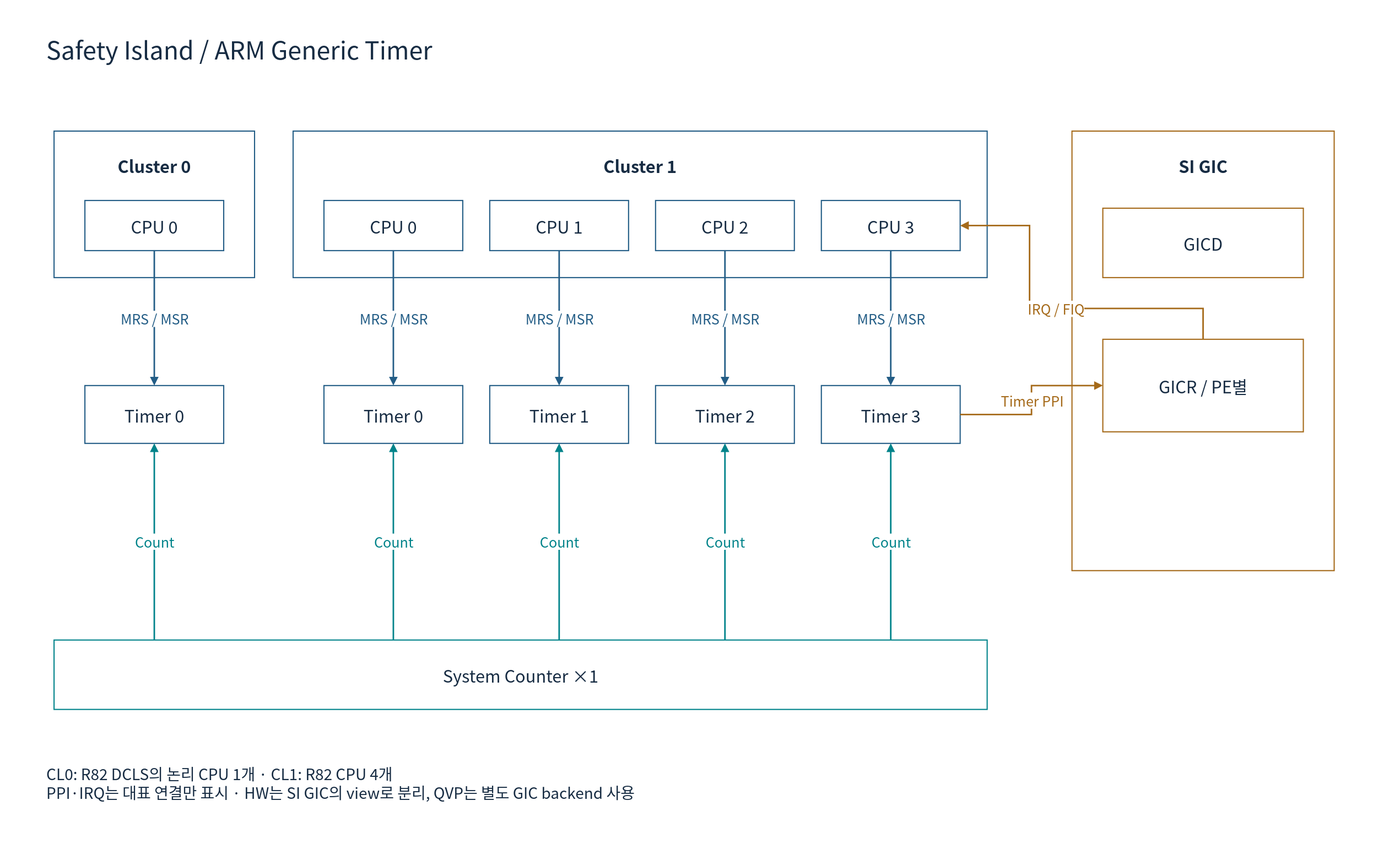
Above: doc/phase1/timer/diagrams/01si-a-hardware.drawio.svg in cometzero/project-apollo (draw.io), before the change. Source tidied: cells renumbered, new cells last; positions are measured from the earlier drawing's top-left corner, leaving out a move shared by most shapes.
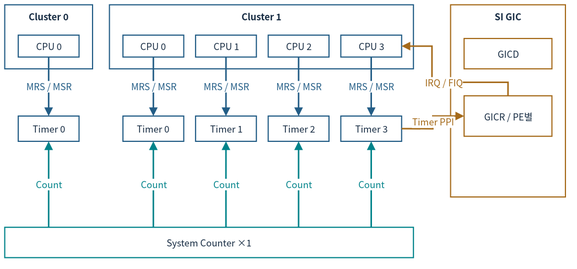
Above is the later version.

The edit, as a diff of the source:
```diff
@@ -2,104 +2,95 @@
   <root>
     <mxCell id="0" />
     <mxCell id="1" parent="0" />
-    <mxCell id="2" style="rounded=0;whiteSpace=wrap;html=1;fillColor=#FFFFFF;strokeColor=none;strokeWidth=1.5;fontColor=#172C43;fontFamily=Noto Sans CJK KR;fontSize=22;spacing=10;" parent="1" vertex="1">
-      <mxGeometry width="1800" height="1100" as="geometry" />
-    </mxCell>
-    <mxCell id="3" value="Safety Island / ARM Generic Timer" style="rounded=0;whiteSpace=wrap;html=1;fillColor=#FFFFFF;strokeColor=none;strokeWidth=1.5;fontColor=#172C43;fontFamily=Noto Sans CJK KR;fontSize=22;spacing=10;fontSize=32;align=left;" parent="1" vertex="1">
-      <mxGeometry x="50" y="30" width="1700" height="65" as="geometry" />
-    </mxCell>
-    <mxCell id="4" value="Cluster 0" style="rounded=0;whiteSpace=wrap;html=1;fillColor=#FFFFFF;strokeColor=#235D86;strokeWidth=1.5;fontColor=#172C43;fontFamily=Noto Sans CJK KR;fontSize=22;spacing=10;verticalAlign=top;fontStyle=1;spacingTop=16;" parent="1" vertex="1">
-      <mxGeometry x="70" y="170" width="260" height="190" as="geometry" />
+    <mxCell id="4" value="Cluster 0" style="rounded=0;whiteSpace=wrap;html=1;fillColor=#FFFFFF;strokeColor=#235D86;strokeWidth=1.5;fontColor=#172C43;fontFamily=Noto Sans CJK KR;verticalAlign=top;fontStyle=1;fontSize=12;spacing=3;whiteSpace=wrap;" parent="1" vertex="1">
+      <mxGeometry x="25.1" y="47" width="113.8" height="83.2" as="geometry" />
     </mxCell>
-    <mxCell id="5" value="CPU 0" style="rounded=0;whiteSpace=wrap;html=1;fillColor=#FFFFFF;strokeColor=#235D86;strokeWidth=1.5;fontColor=#172C43;fontFamily=Noto Sans CJK KR;fontSize=22;spacing=10;" parent="4" vertex="1">
-      <mxGeometry x="40" y="90" width="180" height="65" as="geometry" />
+    <mxCell id="5" value="CPU 0" style="rounded=0;whiteSpace=wrap;html=1;fillColor=#FFFFFF;strokeColor=#235D86;strokeWidth=1.5;fontColor=#172C43;fontFamily=Noto Sans CJK KR;fontSize=12;spacing=3;whiteSpace=wrap;" parent="4" vertex="1">
+      <mxGeometry x="17.5" y="39.4" width="78.8" height="28.5" as="geometry" />
     </mxCell>
-    <mxCell id="6" value="Cluster 1" style="rounded=0;whiteSpace=wrap;html=1;fillColor=#FFFFFF;strokeColor=#235D86;strokeWidth=1.5;fontColor=#172C43;fontFamily=Noto Sans CJK KR;fontSize=22;spacing=10;verticalAlign=top;fontStyle=1;spacingTop=16;" parent="1" vertex="1">
-      <mxGeometry x="380" y="170" width="900" height="190" as="geometry" />
+    <mxCell id="6" value="Cluster 1" style="rounded=0;whiteSpace=wrap;html=1;fillColor=#FFFFFF;strokeColor=#235D86;strokeWidth=1.5;fontColor=#172C43;fontFamily=Noto Sans CJK KR;verticalAlign=top;fontStyle=1;fontSize=12;spacing=3;whiteSpace=wrap;" parent="1" vertex="1">
+      <mxGeometry x="160.9" y="47" width="394.1" height="83.2" as="geometry" />
     </mxCell>
-    <mxCell id="7" value="CPU 0" style="rounded=0;whiteSpace=wrap;html=1;fillColor=#FFFFFF;strokeColor=#235D86;strokeWidth=1.5;fontColor=#172C43;fontFamily=Noto Sans CJK KR;fontSize=22;spacing=10;" parent="6" vertex="1">
-      <mxGeometry x="40" y="90" width="180" height="65" as="geometry" />
+    <mxCell id="7" value="CPU 0" style="rounded=0;whiteSpace=wrap;html=1;fillColor=#FFFFFF;strokeColor=#235D86;strokeWidth=1.5;fontColor=#172C43;fontFamily=Noto Sans CJK KR;fontSize=12;spacing=3;whiteSpace=wrap;" parent="6" vertex="1">
+      <mxGeometry x="17.5" y="39.4" width="78.8" height="28.5" as="geometry" />
     </mxCell>
-    <mxCell id="8" value="CPU 1" style="rounded=0;whiteSpace=wrap;html=1;fillColor=#FFFFFF;strokeColor=#235D86;strokeWidth=1.5;fontColor=#172C43;fontFamily=Noto Sans CJK KR;fontSize=22;spacing=10;" parent="6" vertex="1">
-      <mxGeometry x="255" y="90" width="180" height="65" as="geometry" />
+    <mxCell id="8" value="CPU 1" style="rounded=0;whiteSpace=wrap;html=1;fillColor=#FFFFFF;strokeColor=#235D86;strokeWidth=1.5;fontColor=#172C43;fontFamily=Noto Sans CJK KR;fontSize=12;spacing=3;whiteSpace=wrap;" parent="6" vertex="1">
+      <mxGeometry x="111.7" y="39.4" width="78.8" height="28.5" as="geometry" />
     </mxCell>
-    <mxCell id="9" value="CPU 2" style="rounded=0;whiteSpace=wrap;html=1;fillColor=#FFFFFF;strokeColor=#235D86;strokeWidth=1.5;fontColor=#172C43;fontFamily=Noto Sans CJK KR;fontSize=22;spacing=10;" parent="6" vertex="1">
-      <mxGeometry x="470" y="90" width="180" height="65" as="geometry" />
+    <mxCell id="9" value="CPU 2" style="rounded=0;whiteSpace=wrap;html=1;fillColor=#FFFFFF;strokeColor=#235D86;strokeWidth=1.5;fontColor=#172C43;fontFamily=Noto Sans CJK KR;fontSize=12;spacing=3;whiteSpace=wrap;" parent="6" vertex="1">
+      <mxGeometry x="205.8" y="39.4" width="78.8" height="28.5" as="geometry" />
     </mxCell>
-    <mxCell id="10" value="CPU 3" style="rounded=0;whiteSpace=wrap;html=1;fillColor=#FFFFFF;strokeColor=#235D86;strokeWidth=1.5;fontColor=#172C43;fontFamily=Noto Sans CJK KR;fontSize=22;spacing=10;" parent="6" vertex="1">
-      <mxGeometry x="685" y="90" width="180" height="65" as="geometry" />
+    <mxCell id="10" value="CPU 3" style="rounded=0;whiteSpace=wrap;html=1;fillColor=#FFFFFF;strokeColor=#235D86;strokeWidth=1.5;fontColor=#172C43;fontFamily=Noto Sans CJK KR;fontSize=12;spacing=3;whiteSpace=wrap;" parent="6" vertex="1">
+      <mxGeometry x="299.9" y="39.4" width="78.8" height="28.5" as="geometry" />
     </mxCell>
-    <mxCell id="11" value="Timer 0" style="rounded=0;whiteSpace=wrap;html=1;fillColor=#FFFFFF;strokeColor=#235D86;strokeWidth=1.5;fontColor=#172C43;fontFamily=Noto Sans CJK KR;fontSize=22;spacing=10;" parent="1" vertex="1">
-      <mxGeometry x="110" y="500" width="180" height="75" as="geometry" />
+    <mxCell id="11" value="Timer 0" style="rounded=0;whiteSpace=wrap;html=1;fillColor=#FFFFFF;strokeColor=#235D86;strokeWidth=1.5;fontColor=#172C43;fontFamily=Noto Sans CJK KR;fontSize=12;spacing=3;whiteSpace=wrap;" parent="1" vertex="1">
+      <mxGeometry x="42.6" y="191.5" width="78.8" height="32.8" as="geometry" />
     </mxCell>
-    <mxCell id="12" value="MRS / MSR" style="edgeStyle=orthogonalEdgeStyle;rounded=0;html=1;endArrow=block;endFill=1;strokeWidth=2;strokeColor=#235D86;fontColor=#235D86;fontFamily=Noto Sans CJK KR;fontSize=18;labelBackgroundColor=#FFFFFF;exitX=0.5;exitY=1;entryX=0.5;entryY=0;" parent="1" edge="1" source="5" target="11">
+    <mxCell id="12" value="MRS / MSR" style="edgeStyle=orthogonalEdgeStyle;rounded=0;html=1;endArrow=block;endFill=1;strokeWidth=2;strokeColor=#235D86;fontColor=#235D86;fontFamily=Noto Sans CJK KR;labelBackgroundColor=#FFFFFF;exitX=0.5;exitY=1;entryX=0.5;entryY=0;fontSize=12;spacing=3;whiteSpace=nowrap;" parent="1" edge="1" source="5" target="11">
       <mxGeometry relative="1" as="geometry" />
     </mxCell>
-    <mxCell id="13" value="Timer 0" style="rounded=0;whiteSpace=wrap;html=1;fillColor=#FFFFFF;strokeColor=#235D86;strokeWidth=1.5;fontColor=#172C43;fontFamily=Noto Sans CJK KR;fontSize=22;spacing=10;" parent="1" vertex="1">
-      <mxGeometry x="420" y="500" width="180" height="75" as="geometry" />
+    <mxCell id="13" value="Timer 0" style="rounded=0;whiteSpace=wrap;html=1;fillColor=#FFFFFF;strokeColor=#235D86;strokeWidth=1.5;fontColor=#172C43;fontFamily=Noto Sans CJK KR;fontSize=12;spacing=3;whiteSpace=wrap;" parent="1" vertex="1">
+      <mxGeometry x="178.4" y="191.5" width="78.8" height="32.8" as="geometry" />
     </mxCell>
-    <mxCell id="14" value="MRS / MSR" style="edgeStyle=orthogonalEdgeStyle;rounded=0;html=1;endArrow=block;endFill=1;strokeWidth=2;strokeColor=#235D86;fontColor=#235D86;fontFamily=Noto Sans CJK KR;fontSize=18;labelBackgroundColor=#FFFFFF;exitX=0.5;exitY=1;entryX=0.5;entryY=0;" parent="1" edge="1" source="7" target="13">
+    <mxCell id="14" value="MRS / MSR" style="edgeStyle=orthogonalEdgeStyle;rounded=0;html=1;endArrow=block;endFill=1;strokeWidth=2;strokeColor=#235D86;fontColor=#235D86;fontFamily=Noto Sans CJK KR;labelBackgroundColor=#FFFFFF;exitX=0.5;exitY=1;entryX=0.5;entryY=0;fontSize=12;spacing=3;whiteSpace=nowrap;" parent="1" edge="1" source="7" target="13">
       <mxGeometry relative="1" as="geometry" />
     </mxCell>
-    <mxCell id="15" value="Timer 1" style="rounded=0;whiteSpace=wrap;html=1;fillColor=#FFFFFF;strokeColor=#235D86;strokeWidth=1.5;fontColor=#172C43;fontFamily=Noto Sans CJK KR;fontSize=22;spacing=10;" parent="1" vertex="1">
-      <mxGeometry x="635" y="500" width="180" height="75" as="geometry" />
+    <mxCell id="15" value="Timer 1" style="rounded=0;whiteSpace=wrap;html=1;fillColor=#FFFFFF;strokeColor=#235D86;strokeWidth=1.5;fontColor=#172C43;fontFamily=Noto Sans CJK KR;fontSize=12;spacing=3;whiteSpace=wrap;" parent="1" vertex="1">
+      <mxGeometry x="272.5" y="191.5" width="78.8" height="32.8" as="geometry" />
     </mxCell>
-    <mxCell id="16" value="MRS / MSR" style="edgeStyle=orthogonalEdgeStyle;rounded=0;html=1;endArrow=block;endFill=1;strokeWidth=2;strokeColor=#235D86;fontColor=#235D86;fontFamily=Noto Sans CJK KR;fontSize=18;labelBackgroundColor=#FFFFFF;exitX=0.5;exitY=1;entryX=0.5;entryY=0;" parent="1" edge="1" source="8" target="15">
+    <mxCell id="16" value="MRS / MSR" style="edgeStyle=orthogonalEdgeStyle;rounded=0;html=1;endArrow=block;endFill=1;strokeWidth=2;strokeColor=#235D86;fontColor=#235D86;fontFamily=Noto Sans CJK KR;labelBackgroundColor=#FFFFFF;exitX=0.5;exitY=1;entryX=0.5;entryY=0;fontSize=12;spacing=3;whiteSpace=nowrap;" parent="1" edge="1" source="8" target="15">
       <mxGeometry relative="1" as="geometry" />
     </mxCell>
-    <mxCell id="17" value="Timer 2" style="rounded=0;whiteSpace=wrap;html=1;fillColor=#FFFFFF;strokeColor=#235D86;strokeWidth=1.5;fontColor=#172C43;fontFamily=Noto Sans CJK KR;fontSize=22;spacing=10;" parent="1" vertex="1">
-      <mxGeometry x="850" y="500" width="180" height="75" as="geometry" />
+    <mxCell id="17" value="Timer 2" style="rounded=0;whiteSpace=wrap;html=1;fillColor=#FFFFFF;strokeColor=#235D86;strokeWidth=1.5;fontColor=#172C43;fontFamily=Noto Sans CJK KR;fontSize=12;spacing=3;whiteSpace=wrap;" parent="1" vertex="1">
+      <mxGeometry x="366.7" y="191.5" width="78.8" height="32.8" as="geometry" />
     </mxCell>
-    <mxCell id="18" value="MRS / MSR" style="edgeStyle=orthogonalEdgeStyle;rounded=0;html=1;endArrow=block;endFill=1;strokeWidth=2;strokeColor=#235D86;fontColor=#235D86;fontFamily=Noto Sans CJK KR;fontSize=18;labelBackgroundColor=#FFFFFF;exitX=0.5;exitY=1;entryX=0.5;entryY=0;" parent="1" edge="1" source="9" target="17">
+    <mxCell id="18" value="MRS / MSR" style="edgeStyle=orthogonalEdgeStyle;rounded=0;html=1;endArrow=block;endFill=1;strokeWidth=2;strokeColor=#235D86;fontColor=#235D86;fontFamily=Noto Sans CJK KR;labelBackgroundColor=#FFFFFF;exitX=0.5;exitY=1;entryX=0.5;entryY=0;fontSize=12;spacing=3;whiteSpace=nowrap;" parent="1" edge="1" source="9" target="17">
       <mxGeometry relative="1" as="geometry" />
     </mxCell>
-    <mxCell id="19" value="Timer 3" style="rounded=0;whiteSpace=wrap;html=1;fillColor=#FFFFFF;strokeColor=#235D86;strokeWidth=1.5;fontColor=#172C43;fontFamily=Noto Sans CJK KR;fontSize=22;spacing=10;" parent="1" vertex="1">
-      <mxGeometry x="1065" y="500" width="180" height="75" as="geometry" />
+    <mxCell id="19" value="Timer 3" style="rounded=0;whiteSpace=wrap;html=1;fillColor=#FFFFFF;strokeColor=#235D86;strokeWidth=1.5;fontColor=#172C43;fontFamily=Noto Sans CJK KR;fontSize=12;spacing=3;whiteSpace=wrap;" parent="1" vertex="1">
+      <mxGeometry x="460.8" y="191.5" width="78.8" height="32.8" as="geometry" />
     </mxCell>
-    <mxCell id="20" value="MRS / MSR" style="edgeStyle=orthogonalEdgeStyle;rounded=0;html=1;endArrow=block;endFill=1;strokeWidth=2;strokeColor=#235D86;fontColor=#235D86;fontFamily=Noto Sans CJK KR;fontSize=18;labelBackgroundColor=#FFFFFF;exitX=0.5;exitY=1;entryX=0.5;entryY=0;" parent="1" edge="1" source="10" target="19">
+    <mxCell id="20" value="MRS / MSR" style="edgeStyle=orthogonalEdgeStyle;rounded=0;html=1;endArrow=block;endFill=1;strokeWidth=2;strokeColor=#235D86;fontColor=#235D86;fontFamily=Noto Sans CJK KR;labelBackgroundColor=#FFFFFF;exitX=0.5;exitY=1;entryX=0.5;entryY=0;fontSize=12;spacing=3;whiteSpace=nowrap;" parent="1" edge="1" source="10" target="19">
       <mxGeometry relative="1" as="geometry" />
     </mxCell>
-    <mxCell id="21" value="System Counter ×1" style="rounded=0;whiteSpace=wrap;html=1;fillColor=#FFFFFF;strokeColor=#00838A;strokeWidth=1.5;fontColor=#172C43;fontFamily=Noto Sans CJK KR;fontSize=22;spacing=10;" parent="1" vertex="1">
-      <mxGeometry x="70" y="830" width="1210" height="90" as="geometry" />
+    <mxCell id="21" value="System Counter ×1" style="rounded=0;whiteSpace=wrap;html=1;fillColor=#FFFFFF;strokeColor=#00838A;strokeWidth=1.5;fontColor=#172C43;fontFamily=Noto Sans CJK KR;fontSize=12;spacing=3;whiteSpace=wrap;" parent="1" vertex="1">
+      <mxGeometry x="25.1" y="336" width="529.8" height="39.4" as="geometry" />
     </mxCell>
-    <mxCell id="22" value="Count" style="edgeStyle=orthogonalEdgeStyle;rounded=0;html=1;endArrow=block;endFill=1;strokeWidth=2;strokeColor=#00838A;fontColor=#00838A;fontFamily=Noto Sans CJK KR;fontSize=18;labelBackgroundColor=#FFFFFF;exitX=0.10743801652892562;exitY=0;entryX=0.5;entryY=1;" parent="1" edge="1" source="21" target="11">
+    <mxCell id="22" value="Count" style="edgeStyle=orthogonalEdgeStyle;rounded=0;html=1;endArrow=block;endFill=1;strokeWidth=2;strokeColor=#00838A;fontColor=#00838A;fontFamily=Noto Sans CJK KR;labelBackgroundColor=#FFFFFF;exitX=0.10743801652892562;exitY=0;entryX=0.5;entryY=1;fontSize=12;spacing=3;whiteSpace=nowrap;" parent="1" edge="1" source="21" target="11">
       <mxGeometry relative="1" as="geometry" />
     </mxCell>
-    <mxCell id="23" value="Count" style="edgeStyle=orthogonalEdgeStyle;rounded=0;html=1;endArrow=block;endFill=1;strokeWidth=2;strokeColor=#00838A;fontColor=#00838A;fontFamily=Noto Sans CJK KR;fontSize=18;labelBackgroundColor=#FFFFFF;exitX=0.36363636363636365;exitY=0;entryX=0.5;entryY=1;" parent="1" edge="1" source="21" target="13">
+    <mxCell id="23" value="Count" style="edgeStyle=orthogonalEdgeStyle;rounded=0;html=1;endArrow=block;endFill=1;strokeWidth=2;strokeColor=#00838A;fontColor=#00838A;fontFamily=Noto Sans CJK KR;labelBackgroundColor=#FFFFFF;exitX=0.36363636363636365;exitY=0;entryX=0.5;entryY=1;fontSize=12;spacing=3;whiteSpace=nowrap;" parent="1" edge="1" source="21" target="13">
       <mxGeometry relative="1" as="geometry" />
     </mxCell>
-    <mxCell id="24" value="Count" style="edgeStyle=orthogonalEdgeStyle;rounded=0;html=1;endArrow=block;endFill=1;strokeWidth=2;strokeColor=#00838A;fontColor=#00838A;fontFamily=Noto Sans CJK KR;fontSize=18;labelBackgroundColor=#FFFFFF;exitX=0.5413223140495868;exitY=0;entryX=0.5;entryY=1;" parent="1" edge="1" source="21" target="15">
+    <mxCell id="24" value="Count" style="edgeStyle=orthogonalEdgeStyle;rounded=0;html=1;endArrow=block;endFill=1;strokeWidth=2;strokeColor=#00838A;fontColor=#00838A;fontFamily=Noto Sans CJK KR;labelBackgroundColor=#FFFFFF;exitX=0.5413223140495868;exitY=0;entryX=0.5;entryY=1;fontSize=12;spacing=3;whiteSpace=nowrap;" parent="1" edge="1" source="21" target="15">
       <mxGeometry relative="1" as="geometry" />
     </mxCell>
-    <mxCell id="25" value="Count" style="edgeStyle=orthogonalEdgeStyle;rounded=0;html=1;endArrow=block;endFill=1;strokeWidth=2;strokeColor=#00838A;fontColor=#00838A;fontFamily=Noto Sans CJK KR;fontSize=18;labelBackgroundColor=#FFFFFF;exitX=0.71900826446281;exitY=0;entryX=0.5;entryY=1;" parent="1" edge="1" source="21" target="17">
+    <mxCell id="25" value="Count" style="edgeStyle=orthogonalEdgeStyle;rounded=0;html=1;endArrow=block;endFill=1;strokeWidth=2;strokeColor=#00838A;fontColor=#00838A;fontFamily=Noto Sans CJK KR;labelBackgroundColor=#FFFFFF;exitX=0.71900826446281;exitY=0;entryX=0.5;entryY=1;fontSize=12;spacing=3;whiteSpace=nowrap;" parent="1" edge="1" source="21" target="17">
       <mxGeometry relative="1" as="geometry" />
     </mxCell>
-    <mxCell id="26" value="Count" style="edgeStyle=orthogonalEdgeStyle;rounded=0;html=1;endArrow=block;endFill=1;strokeWidth=2;strokeColor=#00838A;fontColor=#00838A;fontFamily=Noto Sans CJK KR;fontSize=18;labelBackgroundColor=#FFFFFF;exitX=0.8966942148760331;exitY=0;entryX=0.5;entryY=1;" parent="1" edge="1" source="21" target="19">
+    <mxCell id="26" value="Count" style="edgeStyle=orthogonalEdgeStyle;rounded=0;html=1;endArrow=block;endFill=1;strokeWidth=2;strokeColor=#00838A;fontColor=#00838A;fontFamily=Noto Sans CJK KR;labelBackgroundColor=#FFFFFF;exitX=0.8966942148760331;exitY=0;entryX=0.5;entryY=1;fontSize=12;spacing=3;whiteSpace=nowrap;" parent="1" edge="1" source="21" target="19">
       <mxGeometry relative="1" as="geometry" />
     </mxCell>
-    <mxCell id="27" value="SI GIC" style="rounded=0;whiteSpace=wrap;html=1;fillColor=#FFFFFF;strokeColor=#A56A1A;strokeWidth=1.5;fontColor=#172C43;fontFamily=Noto Sans CJK KR;fontSize=22;spacing=10;verticalAlign=top;fontStyle=1;spacingTop=16;" parent="1" vertex="1">
-      <mxGeometry x="1390" y="170" width="340" height="570" as="geometry" />
+    <mxCell id="27" value="SI GIC" style="rounded=0;whiteSpace=wrap;html=1;fillColor=#FFFFFF;strokeColor=#A56A1A;strokeWidth=1.5;fontColor=#172C43;fontFamily=Noto Sans CJK KR;verticalAlign=top;fontStyle=1;fontSize=12;spacing=3;whiteSpace=wrap;" parent="1" vertex="1">
+      <mxGeometry x="603.1" y="47" width="148.9" height="249.6" as="geometry" />
     </mxCell>
-    <mxCell id="28" value="GICD" style="rounded=0;whiteSpace=wrap;html=1;fillColor=#FFFFFF;strokeColor=#A56A1A;strokeWidth=1.5;fontColor=#172C43;fontFamily=Noto Sans CJK KR;fontSize=22;spacing=10;" parent="27" vertex="1">
-      <mxGeometry x="40" y="100" width="260" height="90" as="geometry" />
+    <mxCell id="28" value="GICD" style="rounded=0;whiteSpace=wrap;html=1;fillColor=#FFFFFF;strokeColor=#A56A1A;strokeWidth=1.5;fontColor=#172C43;fontFamily=Noto Sans CJK KR;fontSize=12;spacing=3;whiteSpace=wrap;" parent="27" vertex="1">
+      <mxGeometry x="17.5" y="43.8" width="113.8" height="39.4" as="geometry" />
     </mxCell>
-    <mxCell id="29" value="GICR / PE별" style="rounded=0;whiteSpace=wrap;html=1;fillColor=#FFFFFF;strokeColor=#A56A1A;strokeWidth=1.5;fontColor=#172C43;fontFamily=Noto Sans CJK KR;fontSize=22;spacing=10;" parent="27" vertex="1">
-      <mxGeometry x="40" y="270" width="260" height="120" as="geometry" />
+    <mxCell id="29" value="GICR / PE별" style="rounded=0;whiteSpace=wrap;html=1;fillColor=#FFFFFF;strokeColor=#A56A1A;strokeWidth=1.5;fontColor=#172C43;fontFamily=Noto Sans CJK KR;fontSize=12;spacing=3;whiteSpace=wrap;" parent="27" vertex="1">
+      <mxGeometry x="17.5" y="118.2" width="113.8" height="52.5" as="geometry" />
     </mxCell>
-    <mxCell id="30" value="Timer PPI" style="edgeStyle=orthogonalEdgeStyle;rounded=0;html=1;endArrow=block;endFill=1;strokeWidth=2;strokeColor=#A56A1A;fontColor=#A56A1A;fontFamily=Noto Sans CJK KR;fontSize=18;labelBackgroundColor=#FFFFFF;exitX=1;exitY=0.5;entryX=0;entryY=0.5;" parent="1" edge="1" source="19" target="29">
+    <mxCell id="30" value="Timer PPI" style="edgeStyle=orthogonalEdgeStyle;rounded=0;html=1;endArrow=block;endFill=1;strokeWidth=2;strokeColor=#A56A1A;fontColor=#A56A1A;fontFamily=Noto Sans CJK KR;labelBackgroundColor=#FFFFFF;exitX=1;exitY=0.5;entryX=0;entryY=0.5;fontSize=12;spacing=3;whiteSpace=nowrap;" parent="1" edge="1" source="19" target="29">
       <mxGeometry relative="1" as="geometry" />
     </mxCell>
-    <mxCell id="31" value="IRQ / FIQ" style="edgeStyle=orthogonalEdgeStyle;rounded=0;html=1;endArrow=block;endFill=1;strokeWidth=2;strokeColor=#A56A1A;fontColor=#A56A1A;fontFamily=Noto Sans CJK KR;fontSize=18;labelBackgroundColor=#FFFFFF;exitX=0.5;exitY=0;entryX=1;entryY=0.5;" parent="1" edge="1" source="29" target="10">
+    <mxCell id="31" value="IRQ / FIQ" style="edgeStyle=orthogonalEdgeStyle;rounded=0;html=1;endArrow=block;endFill=1;strokeWidth=2;strokeColor=#A56A1A;fontColor=#A56A1A;fontFamily=Noto Sans CJK KR;labelBackgroundColor=#FFFFFF;exitX=0.5;exitY=0;entryX=1;entryY=0.5;fontSize=12;spacing=3;whiteSpace=nowrap;" parent="1" edge="1" source="29" target="10">
       <mxGeometry relative="1" as="geometry">
         <Array as="points">
-          <mxPoint x="1560" y="400" />
-          <mxPoint x="1335" y="400" />
-          <mxPoint x="1335" y="292" />
+          <mxPoint x="677.6" y="147.7" />
+          <mxPoint x="579" y="147.7" />
+          <mxPoint x="579" y="100.5" />
         </Array>
       </mxGeometry>
     </mxCell>
-    <mxCell id="32" value="CL0: R82 DCLS의 논리 CPU 1개 · CL1: R82 CPU 4개&lt;br&gt;PPI·IRQ는 대표 연결만 표시 · HW는 SI GIC의 view로 분리, QVP는 별도 GIC backend 사용" style="rounded=0;whiteSpace=wrap;html=1;fillColor=#FFFFFF;strokeColor=none;strokeWidth=1.5;fontColor=#172C43;fontFamily=Noto Sans CJK KR;fontSize=22;spacing=10;fontSize=20;align=left;" parent="1" vertex="1">
-      <mxGeometry x="50" y="970" width="1700" height="90" as="geometry" />
-    </mxCell>
   </root>
 </mxGraphModel>
```
